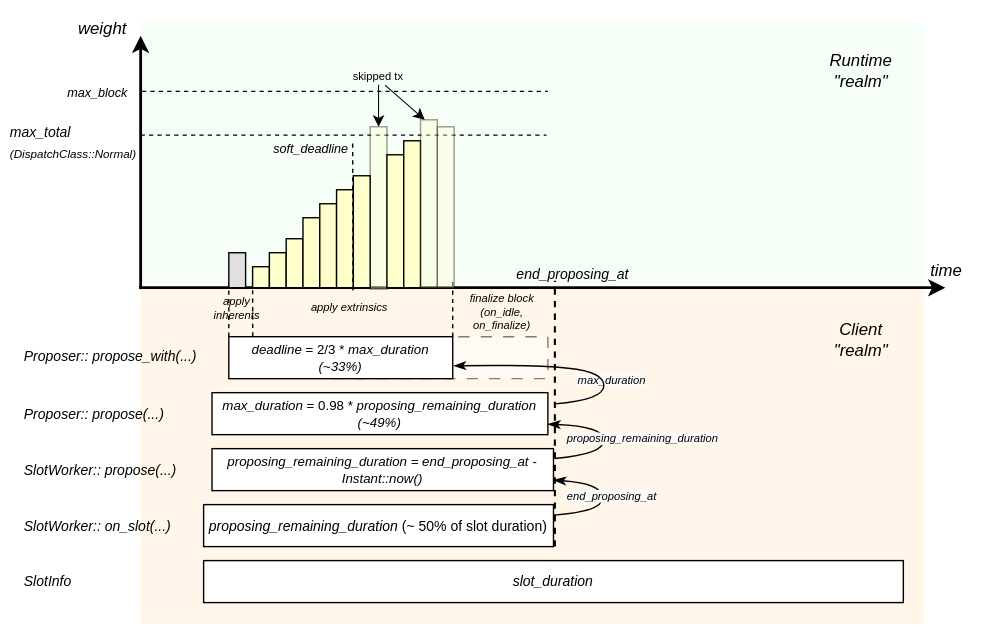
gear-tech/gear keeps this draw.io diagram as images/block-proposing-timing.svg. Above is the earlier version. Source tidied: cells renumbered, new cells last; positions are measured from the earlier drawing's top-left corner, leaving out a move shared by most shapes.
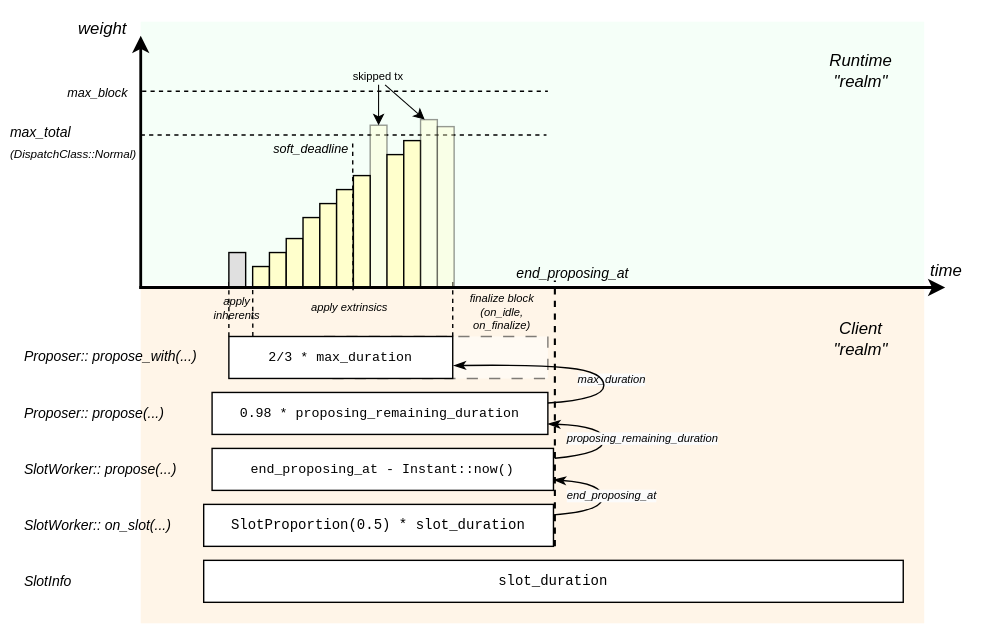
The same diagram one commit later.

What changed in the source:
```diff
@@ -8,13 +8,7 @@
     <mxCell id="3" style="rounded=0;whiteSpace=wrap;html=1;strokeColor=none;fillColor=#F5FFF8;" parent="1" vertex="1">
       <mxGeometry x="95" y="10" width="560" height="188" as="geometry" />
     </mxCell>
-    <mxCell id="4" style="endArrow=classic;html=1;rounded=0;strokeWidth=2;endFill=1;" parent="1" edge="1">
-      <mxGeometry relative="1" as="geometry">
-        <mxPoint x="94" y="200" as="sourcePoint" />
-        <mxPoint x="670" y="200" as="targetPoint" />
-      </mxGeometry>
-    </mxCell>
-    <mxCell id="5" value="&lt;i&gt;slot_duration&lt;/i&gt;" style="rounded=0;whiteSpace=wrap;html=1;fontSize=10;" parent="1" vertex="1">
+    <mxCell id="5" value="&lt;pre&gt;slot_duration&lt;/pre&gt;" style="rounded=0;whiteSpace=wrap;html=1;fontSize=10;" parent="1" vertex="1">
       <mxGeometry x="140" y="395" width="500" height="30" as="geometry" />
     </mxCell>
     <mxCell id="6" value="&lt;i&gt;SlotWorker:: on_slot(...)&lt;/i&gt;" style="text;html=1;strokeColor=none;fillColor=none;align=left;verticalAlign=middle;rounded=0;fontSize=10;whiteSpace=wrap;" parent="1" vertex="1">
@@ -23,7 +17,7 @@
     <mxCell id="7" value="&lt;i&gt;SlotInfo&lt;/i&gt;" style="text;html=1;strokeColor=none;fillColor=none;align=left;verticalAlign=middle;rounded=0;fontSize=10;whiteSpace=wrap;" parent="1" vertex="1">
       <mxGeometry x="10" y="395" width="91" height="30" as="geometry" />
     </mxCell>
-    <mxCell id="8" value="&lt;i&gt;proposing_remaining_duration&lt;/i&gt; (~ 50% of slot duration)" style="rounded=0;whiteSpace=wrap;html=1;fontSize=10;" parent="1" vertex="1">
+    <mxCell id="8" value="&lt;pre&gt;SlotProportion(0.5) * slot_duration&lt;/pre&gt;" style="rounded=0;whiteSpace=wrap;html=1;fontSize=10;" parent="1" vertex="1">
       <mxGeometry x="140" y="355" width="250" height="30" as="geometry" />
     </mxCell>
     <mxCell id="9" style="endArrow=none;html=1;rounded=0;exitX=0.5;exitY=0;exitDx=0;exitDy=0;dashed=1;strokeWidth=1.5;" parent="1" edge="1">
@@ -38,13 +32,13 @@
     <mxCell id="11" value="&lt;i&gt;SlotWorker:: propose(...)&lt;/i&gt;" style="text;html=1;strokeColor=none;fillColor=none;align=left;verticalAlign=middle;rounded=0;fontSize=10;whiteSpace=wrap;" parent="1" vertex="1">
       <mxGeometry x="10" y="315" width="115" height="30" as="geometry" />
     </mxCell>
-    <mxCell id="12" value="&lt;i style=&quot;font-size: 9.5px;&quot;&gt;proposing_remaining_duration = end_proposing_at - Instant::now()&lt;/i&gt;" style="rounded=0;whiteSpace=wrap;html=1;fontSize=9.5;" parent="1" vertex="1">
+    <mxCell id="12" value="&lt;pre&gt;&lt;span style=&quot;font-size: 9.5px;&quot;&gt;end_proposing_at - Instant::now()&lt;/span&gt;&lt;/pre&gt;" style="rounded=0;whiteSpace=wrap;html=1;fontSize=9.5;" parent="1" vertex="1">
       <mxGeometry x="146" y="315" width="244" height="30" as="geometry" />
     </mxCell>
     <mxCell id="13" value="&lt;i&gt;Proposer:: propose(...)&lt;/i&gt;" style="text;html=1;strokeColor=none;fillColor=none;align=left;verticalAlign=middle;rounded=0;fontSize=10;whiteSpace=wrap;" parent="1" vertex="1">
       <mxGeometry x="10" y="275" width="120" height="30" as="geometry" />
     </mxCell>
-    <mxCell id="14" value="&lt;i style=&quot;font-size: 9.5px;&quot;&gt;max_duration&lt;/i&gt; = 0.98 * &lt;i style=&quot;font-size: 9.5px;&quot;&gt;proposing_remaining_duration (~49%)&lt;/i&gt;" style="rounded=0;whiteSpace=wrap;html=1;fontSize=9.5;" parent="1" vertex="1">
+    <mxCell id="14" value="&lt;pre&gt;0.98 * &lt;span style=&quot;font-size: 9.5px;&quot;&gt;proposing_remaining_duration&lt;/span&gt;&lt;/pre&gt;" style="rounded=0;whiteSpace=wrap;html=1;fontSize=9.5;" parent="1" vertex="1">
       <mxGeometry x="146" y="275" width="240" height="30" as="geometry" />
     </mxCell>
     <mxCell id="15" style="curved=1;endArrow=classicThin;html=1;rounded=0;exitX=1;exitY=0.25;exitDx=0;exitDy=0;entryX=1;entryY=0.75;entryDx=0;entryDy=0;endFill=1;" parent="1" edge="1" source="8" target="12">
@@ -142,7 +136,7 @@
       <mxGeometry x="211" y="150" width="12" height="50" as="geometry" />
     </mxCell>
     <mxCell id="37" style="rounded=0;whiteSpace=wrap;html=1;fontSize=10;gradientColor=none;gradientDirection=west;fillColor=#FFFFCC;fillStyle=auto;opacity=40;" parent="1" vertex="1">
-      <mxGeometry x="259" y="85" width="12" height="116" as="geometry" />
+      <mxGeometry x="259" y="84" width="12" height="116" as="geometry" />
     </mxCell>
     <mxCell id="38" value="skipped tx" style="text;whiteSpace=wrap;html=1;align=center;spacing=0;fontSize=8;" parent="1" vertex="1">
       <mxGeometry x="240" y="40" width="50" height="15" as="geometry" />
@@ -191,12 +185,11 @@
         <mxPoint x="246.5" y="97" as="sourcePoint" />
       </mxGeometry>
     </mxCell>
-    <mxCell id="53" value="&lt;i style=&quot;font-size: 9.5px;&quot;&gt;deadline&lt;/i&gt; = 2/3 * &lt;i style=&quot;font-size: 9.5px;&quot;&gt;max_duration (~33%)&lt;/i&gt;" style="rounded=0;whiteSpace=wrap;html=1;fontSize=9.5;" parent="1" vertex="1">
+    <mxCell id="53" value="&lt;pre&gt;2/3 * &lt;span style=&quot;font-size: 9.5px;&quot;&gt;max_duration&lt;/span&gt;&lt;/pre&gt;" style="rounded=0;whiteSpace=wrap;html=1;fontSize=9.5;" parent="1" vertex="1">
       <mxGeometry x="158" y="235" width="160" height="30" as="geometry" />
     </mxCell>
-    <mxCell id="54" style="curved=1;endArrow=classicThin;html=1;rounded=0;exitX=1;exitY=0.25;exitDx=0;exitDy=0;entryX=1.003;entryY=0.694;entryDx=0;entryDy=0;endFill=1;entryPerimeter=0;" parent="1" edge="1" target="53">
+    <mxCell id="54" style="curved=1;endArrow=classicThin;html=1;rounded=0;exitX=1;exitY=0.25;exitDx=0;exitDy=0;entryX=1.003;entryY=0.694;entryDx=0;entryDy=0;endFill=1;entryPerimeter=0;" parent="1" edge="1" source="14" target="53">
       <mxGeometry relative="1" as="geometry">
-        <mxPoint x="391" y="283" as="sourcePoint" />
         <Array as="points">
           <mxPoint x="426" y="280" />
           <mxPoint x="426" y="260" />
@@ -210,5 +203,11 @@
     <mxCell id="56" value="&lt;i&gt;apply inherents&lt;br&gt;&lt;/i&gt;" style="text;whiteSpace=wrap;html=1;align=center;fontSize=8;" parent="1" vertex="1">
       <mxGeometry x="141" y="198.5" width="46" height="27.5" as="geometry" />
     </mxCell>
+    <mxCell id="4" style="endArrow=classic;html=1;rounded=0;strokeWidth=2;endFill=1;" parent="1" edge="1">
+      <mxGeometry relative="1" as="geometry">
+        <mxPoint x="94" y="200" as="sourcePoint" />
+        <mxPoint x="670" y="200" as="targetPoint" />
+      </mxGeometry>
+    </mxCell>
   </root>
 </mxGraphModel>
```
